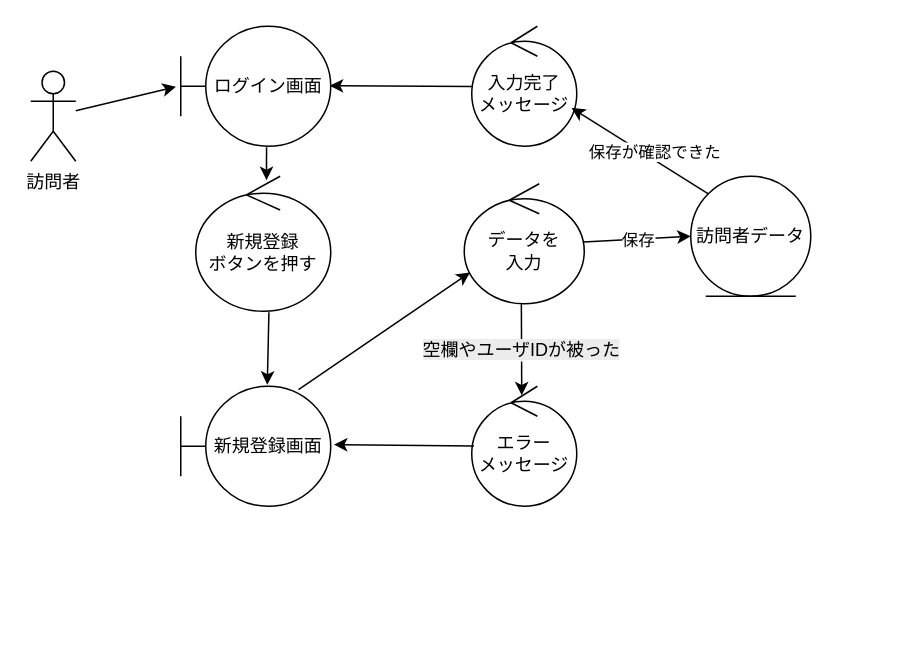
Earlier version of the draw.io diagram group/07_web_visitor/ロバストネス図/robustness_01_add.drawio (ko246/ohara_uml). Source tidied: cells renumbered, new cells numbered last; positions are measured from the earlier drawing's top-left corner, leaving out a move shared by most shapes. Both pictures are drawn from the tidied source at 150%, with x=0, y=0 at pixel (30, 26).
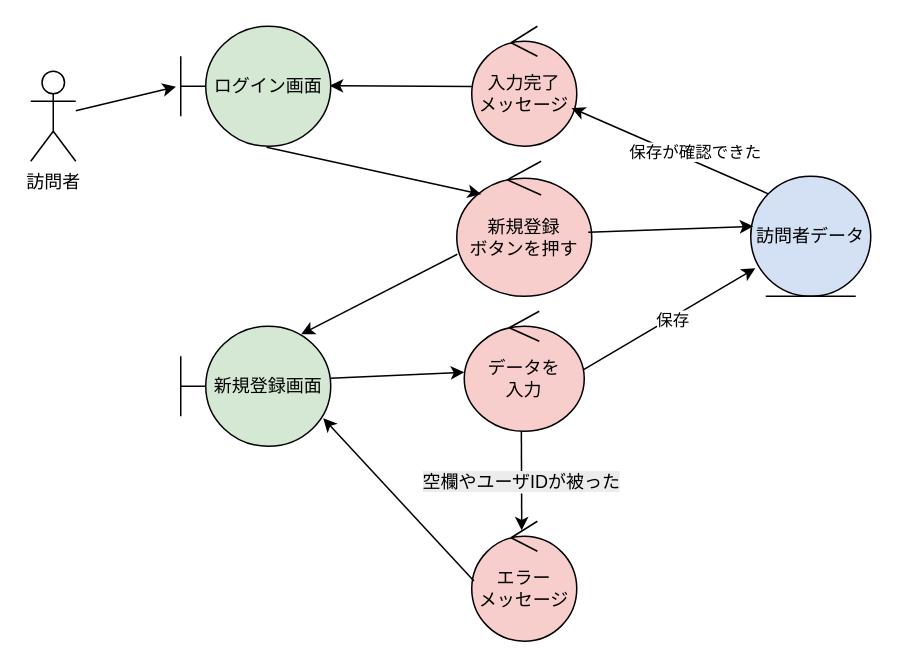
Above is the later version.

Commit message (it also covers changes not shown here):
ロバストネス図変更

The edit, as a diff of the source:
```diff
@@
-    <mxCell id="2" value="&lt;div&gt;新規登録&lt;/div&gt;&lt;div&gt;ボタンを押す&lt;/div&gt;" style="ellipse;shape=umlControl;whiteSpace=wrap;html=1;" parent="1" vertex="1">
-      <mxGeometry x="110" y="100" width="90" height="90" as="geometry" />
+    <mxCell id="2" value="&lt;div&gt;新規登録&lt;/div&gt;&lt;div&gt;ボタンを押す&lt;/div&gt;" style="ellipse;shape=umlControl;whiteSpace=wrap;html=1;fillColor=#F8CECC;" parent="1" vertex="1">
+      <mxGeometry x="284" y="90" width="90" height="90" as="geometry" />
     </mxCell>
-    <mxCell id="3" value="訪問者データ" style="ellipse;shape=umlEntity;whiteSpace=wrap;html=1;" parent="1" vertex="1">
-      <mxGeometry x="440" y="100" width="80" height="80" as="geometry" />
+    <mxCell id="3" value="訪問者データ" style="ellipse;shape=umlEntity;whiteSpace=wrap;html=1;fillColor=#D4E1F5;" parent="1" vertex="1">
+      <mxGeometry x="480" y="100" width="80" height="80" as="geometry" />
     </mxCell>
@@
-    <mxCell id="5" value="ログイン画面" style="shape=umlBoundary;whiteSpace=wrap;html=1;" parent="1" vertex="1">
+    <mxCell id="5" value="ログイン画面" style="shape=umlBoundary;whiteSpace=wrap;html=1;fillColor=#D5E8D4;" parent="1" vertex="1">
       <mxGeometry x="100" width="100" height="80" as="geometry" />
     </mxCell>
@@
-    <mxCell id="7" style="endArrow=classic;html=1;rounded=0;entryX=0.524;entryY=0.029;entryDx=0;entryDy=0;entryPerimeter=0;exitX=0.572;exitY=1.009;exitDx=0;exitDy=0;exitPerimeter=0;" parent="1" edge="1" source="5" target="2">
+    <mxCell id="7" style="endArrow=classic;html=1;rounded=0;entryX=0.181;entryY=0.244;entryDx=0;entryDy=0;entryPerimeter=0;exitX=0.572;exitY=1.009;exitDx=0;exitDy=0;exitPerimeter=0;" parent="1" edge="1" source="5" target="2">
       <mxGeometry relative="1" as="geometry" />
     </mxCell>
-    <mxCell id="8" value="新規登録画面" style="shape=umlBoundary;whiteSpace=wrap;html=1;" parent="1" vertex="1">
-      <mxGeometry x="100" y="240" width="100" height="80" as="geometry" />
+    <mxCell id="8" value="新規登録画面" style="shape=umlBoundary;whiteSpace=wrap;html=1;fillColor=#D5E8D4;" parent="1" vertex="1">
+      <mxGeometry x="100" y="200" width="100" height="80" as="geometry" />
     </mxCell>
-    <mxCell id="9" style="endArrow=classic;html=1;rounded=0;entryX=0.577;entryY=-0.012;entryDx=0;entryDy=0;entryPerimeter=0;exitX=0.542;exitY=1.007;exitDx=0;exitDy=0;exitPerimeter=0;" parent="1" edge="1" source="2" target="8">
+    <mxCell id="9" style="endArrow=classic;html=1;rounded=0;entryX=0.803;entryY=0.067;entryDx=0;entryDy=0;entryPerimeter=0;exitX=0.004;exitY=0.689;exitDx=0;exitDy=0;exitPerimeter=0;" parent="1" edge="1" source="2" target="8">
       <mxGeometry relative="1" as="geometry" />
     </mxCell>
-    <mxCell id="10" value="データを&lt;div&gt;入力&lt;/div&gt;" style="ellipse;shape=umlControl;whiteSpace=wrap;html=1;" parent="1" vertex="1">
-      <mxGeometry x="289" y="105" width="80" height="80" as="geometry" />
+    <mxCell id="10" value="データを&lt;div&gt;入力&lt;/div&gt;" style="ellipse;shape=umlControl;whiteSpace=wrap;html=1;fillColor=#F8CECC;" parent="1" vertex="1">
+      <mxGeometry x="289" y="190" width="80" height="80" as="geometry" />
     </mxCell>
-    <mxCell id="11" style="endArrow=classic;html=1;rounded=0;entryX=0.048;entryY=0.739;entryDx=0;entryDy=0;entryPerimeter=0;exitX=0.785;exitY=0.028;exitDx=0;exitDy=0;exitPerimeter=0;" parent="1" edge="1" source="8" target="10">
+    <mxCell id="11" style="endArrow=classic;html=1;rounded=0;entryX=0;entryY=0.508;entryDx=0;entryDy=0;entryPerimeter=0;exitX=0.997;exitY=0.433;exitDx=0;exitDy=0;exitPerimeter=0;" parent="1" edge="1" source="8" target="10">
       <mxGeometry relative="1" as="geometry" />
     </mxCell>
-    <mxCell id="12" value="エラー&lt;div&gt;メッセージ&lt;/div&gt;" style="ellipse;shape=umlControl;whiteSpace=wrap;html=1;" parent="1" vertex="1">
-      <mxGeometry x="294" y="240" width="70" height="80" as="geometry" />
+    <mxCell id="12" value="エラー&lt;div&gt;メッセージ&lt;/div&gt;" style="ellipse;shape=umlControl;whiteSpace=wrap;html=1;fillColor=#F8CECC;" parent="1" vertex="1">
+      <mxGeometry x="294" y="330" width="70" height="80" as="geometry" />
     </mxCell>
-    <mxCell id="13" style="endArrow=classic;html=1;rounded=0;entryX=0;entryY=0.5;entryDx=0;entryDy=0;exitX=0.995;exitY=0.486;exitDx=0;exitDy=0;exitPerimeter=0;" parent="1" edge="1" source="10" target="3">
+    <mxCell id="13" style="endArrow=classic;html=1;rounded=0;entryX=0.038;entryY=0.767;entryDx=0;entryDy=0;exitX=0.995;exitY=0.486;exitDx=0;exitDy=0;exitPerimeter=0;entryPerimeter=0;" parent="1" edge="1" source="10" target="3">
       <mxGeometry relative="1" as="geometry" />
     </mxCell>
@@
-    <mxCell id="17" style="endArrow=classic;html=1;rounded=0;entryX=1.021;entryY=0.486;entryDx=0;entryDy=0;entryPerimeter=0;exitX=0.021;exitY=0.498;exitDx=0;exitDy=0;exitPerimeter=0;" parent="1" edge="1" source="12" target="8">
+    <mxCell id="17" style="endArrow=classic;html=1;rounded=0;entryX=0.95;entryY=0.767;entryDx=0;entryDy=0;entryPerimeter=0;exitX=0.021;exitY=0.498;exitDx=0;exitDy=0;exitPerimeter=0;" parent="1" edge="1" source="12" target="8">
       <mxGeometry relative="1" as="geometry" />
     </mxCell>
-    <mxCell id="18" value="入力完了&lt;div&gt;メッセージ&lt;/div&gt;" style="ellipse;shape=umlControl;whiteSpace=wrap;html=1;" parent="1" vertex="1">
+    <mxCell id="18" value="入力完了&lt;div&gt;メッセージ&lt;/div&gt;" style="ellipse;shape=umlControl;whiteSpace=wrap;html=1;fillColor=#F8CECC;" parent="1" vertex="1">
       <mxGeometry x="294" width="70" height="80" as="geometry" />
     </mxCell>
@@
+    <mxCell id="22" style="endArrow=classic;html=1;rounded=0;entryX=0.021;entryY=0.417;entryDx=0;entryDy=0;entryPerimeter=0;exitX=0.974;exitY=0.526;exitDx=0;exitDy=0;exitPerimeter=0;" parent="1" edge="1" source="2" target="3">
+      <mxGeometry relative="1" as="geometry" />
+    </mxCell>
```
